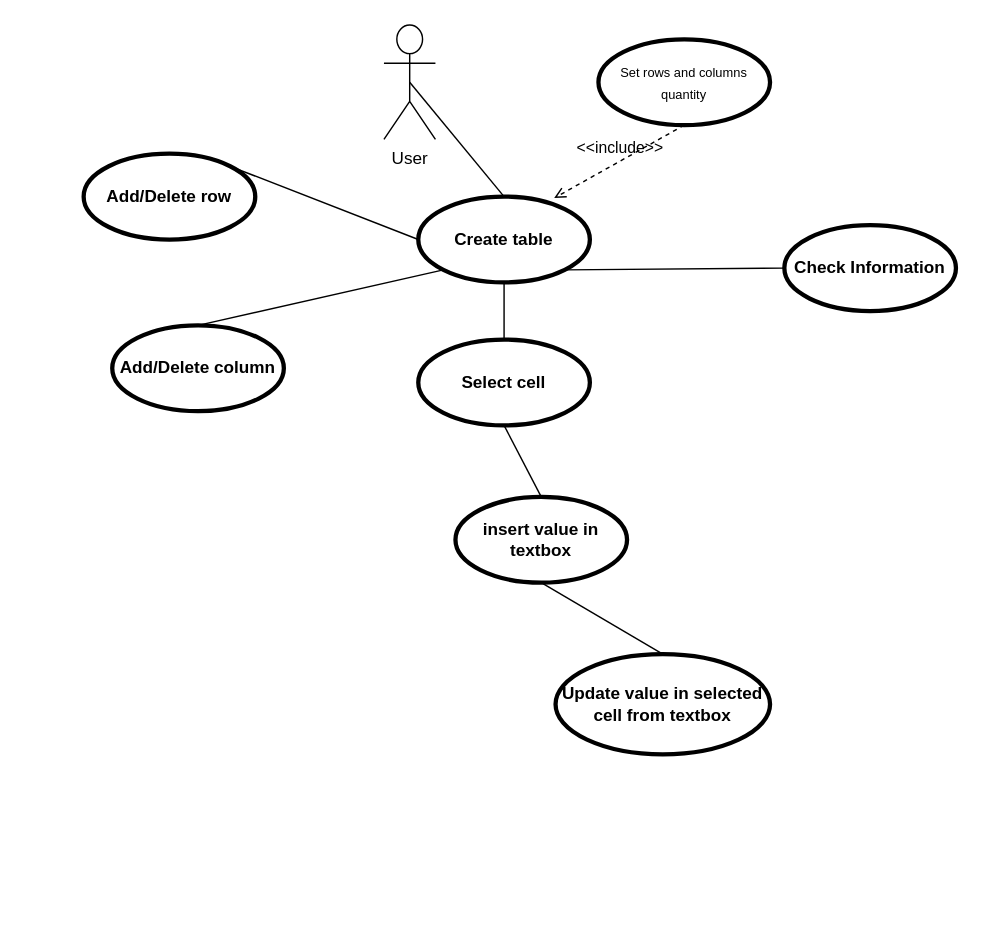
The draw.io diagram UseCaseDiagram.drawio in pashokred/mini_spreadsheet, before the edit. Source tidied: cells renumbered, new cells numbered last; positions are measured from the earlier drawing's top-left corner, leaving out a move shared by most shapes. Both pictures are drawn from the tidied source at 143%, with x=0, y=0 at pixel (83, 24).
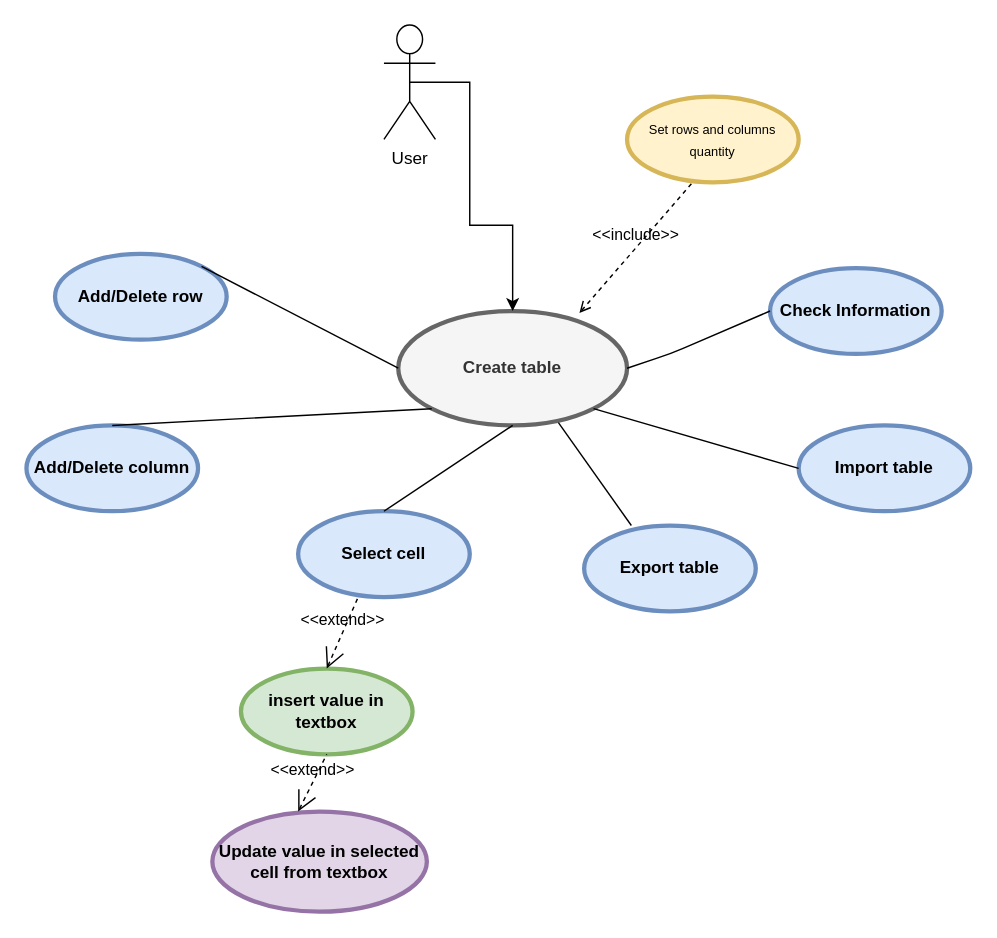
The same diagram, later.

The change refers to these unchanged cells:
```xml
<mxCell id="18" value="User" style="shape=umlActor;html=1;verticalLabelPosition=bottom;verticalAlign=top;align=center;" parent="1" vertex="1">
  <mxGeometry x="210" width="36" height="80" as="geometry" />
</mxCell>
```

Change to the diagram source:
```diff
@@
-    <mxCell id="2" value="&amp;lt;&amp;lt;include&amp;gt;&amp;gt;" style="edgeStyle=none;html=1;endArrow=open;verticalAlign=bottom;dashed=1;labelBackgroundColor=none;entryX=0.792;entryY=0.017;entryDx=0;entryDy=0;exitX=0.5;exitY=1;exitDx=0;exitDy=0;entryPerimeter=0;" parent="1" edge="1" source="5" target="4">
+    <mxCell id="2" value="&amp;lt;&amp;lt;include&amp;gt;&amp;gt;" style="edgeStyle=none;html=1;endArrow=open;verticalAlign=bottom;dashed=1;labelBackgroundColor=none;entryX=0.792;entryY=0.017;entryDx=0;entryDy=0;exitX=0.375;exitY=1.017;exitDx=0;exitDy=0;entryPerimeter=0;exitPerimeter=0;" parent="1" edge="1" source="5" target="4">
       <mxGeometry relative="1" as="geometry" />
     </mxCell>
-    <mxCell id="3" style="edgeStyle=none;html=1;endArrow=none;verticalAlign=bottom;entryX=0.5;entryY=0.5;entryDx=0;entryDy=0;entryPerimeter=0;exitX=0.5;exitY=0;exitDx=0;exitDy=0;" parent="1" edge="1" source="4" target="18">
-      <mxGeometry relative="1" as="geometry" />
-    </mxCell>
-    <mxCell id="4" value="Create table" style="shape=ellipse;html=1;strokeWidth=3;fontStyle=1;whiteSpace=wrap;align=center;perimeter=ellipsePerimeter;" parent="1" vertex="1">
-      <mxGeometry x="234" y="120" width="120" height="60" as="geometry" />
+    <mxCell id="4" value="Create table" style="shape=ellipse;html=1;strokeWidth=3;fontStyle=1;whiteSpace=wrap;align=center;perimeter=ellipsePerimeter;fillColor=#f5f5f5;strokeColor=#666666;fontColor=#333333;" parent="1" vertex="1">
+      <mxGeometry x="220" y="200" width="160" height="80" as="geometry" />
     </mxCell>
-    <mxCell id="5" value="&lt;span style=&quot;font-size: 9px ; font-weight: 400&quot;&gt;Set rows and columns quantity&lt;/span&gt;" style="shape=ellipse;html=1;strokeWidth=3;fontStyle=1;whiteSpace=wrap;align=center;perimeter=ellipsePerimeter;" parent="1" vertex="1">
-      <mxGeometry x="360" y="10" width="120" height="60" as="geometry" />
+    <mxCell id="5" value="&lt;span style=&quot;font-size: 9px ; font-weight: 400&quot;&gt;Set rows and columns quantity&lt;/span&gt;" style="shape=ellipse;html=1;strokeWidth=3;fontStyle=1;whiteSpace=wrap;align=center;perimeter=ellipsePerimeter;fillColor=#fff2cc;strokeColor=#d6b656;" parent="1" vertex="1">
+      <mxGeometry x="380" y="50" width="120" height="60" as="geometry" />
     </mxCell>
-    <mxCell id="6" value="Add/Delete row" style="shape=ellipse;html=1;strokeWidth=3;fontStyle=1;whiteSpace=wrap;align=center;perimeter=ellipsePerimeter;" parent="1" vertex="1">
-      <mxGeometry y="90" width="120" height="60" as="geometry" />
+    <mxCell id="6" value="Add/Delete row" style="shape=ellipse;html=1;strokeWidth=3;fontStyle=1;whiteSpace=wrap;align=center;perimeter=ellipsePerimeter;fillColor=#dae8fc;strokeColor=#6c8ebf;" parent="1" vertex="1">
+      <mxGeometry x="-20" y="160" width="120" height="60" as="geometry" />
     </mxCell>
-    <mxCell id="7" value="Add/Delete column" style="shape=ellipse;html=1;strokeWidth=3;fontStyle=1;whiteSpace=wrap;align=center;perimeter=ellipsePerimeter;" parent="1" vertex="1">
-      <mxGeometry x="20" y="210" width="120" height="60" as="geometry" />
+    <mxCell id="7" value="Add/Delete column" style="shape=ellipse;html=1;strokeWidth=3;fontStyle=1;whiteSpace=wrap;align=center;perimeter=ellipsePerimeter;fillColor=#dae8fc;strokeColor=#6c8ebf;" parent="1" vertex="1">
+      <mxGeometry x="-40" y="280" width="120" height="60" as="geometry" />
     </mxCell>
@@
-    <mxCell id="10" value="Select cell" style="shape=ellipse;html=1;strokeWidth=3;fontStyle=1;whiteSpace=wrap;align=center;perimeter=ellipsePerimeter;" parent="1" vertex="1">
-      <mxGeometry x="234" y="220" width="120" height="60" as="geometry" />
+    <mxCell id="10" value="Select cell" style="shape=ellipse;html=1;strokeWidth=3;fontStyle=1;whiteSpace=wrap;align=center;perimeter=ellipsePerimeter;fillColor=#dae8fc;strokeColor=#6c8ebf;" parent="1" vertex="1">
+      <mxGeometry x="150" y="340" width="120" height="60" as="geometry" />
     </mxCell>
@@
-    <mxCell id="12" value="insert value in textbox" style="shape=ellipse;html=1;strokeWidth=3;fontStyle=1;whiteSpace=wrap;align=center;perimeter=ellipsePerimeter;" parent="1" vertex="1">
-      <mxGeometry x="260" y="330" width="120" height="60" as="geometry" />
+    <mxCell id="12" value="insert value in textbox" style="shape=ellipse;html=1;strokeWidth=3;fontStyle=1;whiteSpace=wrap;align=center;perimeter=ellipsePerimeter;fillColor=#d5e8d4;strokeColor=#82b366;" parent="1" vertex="1">
+      <mxGeometry x="110" y="450" width="120" height="60" as="geometry" />
     </mxCell>
-    <mxCell id="13" style="edgeStyle=none;html=1;endArrow=none;verticalAlign=bottom;exitX=0.5;exitY=1;exitDx=0;exitDy=0;entryX=0.5;entryY=0;entryDx=0;entryDy=0;" parent="1" edge="1" source="10" target="12">
-      <mxGeometry relative="1" as="geometry" />
-    </mxCell>
-    <mxCell id="14" value="Update value in selected cell from textbox" style="shape=ellipse;html=1;strokeWidth=3;fontStyle=1;whiteSpace=wrap;align=center;perimeter=ellipsePerimeter;" parent="1" vertex="1">
-      <mxGeometry x="330" y="440" width="150" height="70" as="geometry" />
+    <mxCell id="14" value="Update value in selected cell from textbox" style="shape=ellipse;html=1;strokeWidth=3;fontStyle=1;whiteSpace=wrap;align=center;perimeter=ellipsePerimeter;fillColor=#e1d5e7;strokeColor=#9673a6;" parent="1" vertex="1">
+      <mxGeometry x="90" y="550" width="150" height="70" as="geometry" />
     </mxCell>
-    <mxCell id="15" style="edgeStyle=none;html=1;endArrow=none;verticalAlign=bottom;exitX=0.5;exitY=1;exitDx=0;exitDy=0;entryX=0.5;entryY=0;entryDx=0;entryDy=0;" parent="1" edge="1" source="12" target="14">
-      <mxGeometry relative="1" as="geometry" />
-    </mxCell>
-    <mxCell id="16" value="Check Information" style="shape=ellipse;html=1;strokeWidth=3;fontStyle=1;whiteSpace=wrap;align=center;perimeter=ellipsePerimeter;" parent="1" vertex="1">
-      <mxGeometry x="490" y="140" width="120" height="60" as="geometry" />
+    <mxCell id="16" value="Check Information" style="shape=ellipse;html=1;strokeWidth=3;fontStyle=1;whiteSpace=wrap;align=center;perimeter=ellipsePerimeter;fillColor=#dae8fc;strokeColor=#6c8ebf;" parent="1" vertex="1">
+      <mxGeometry x="480" y="170" width="120" height="60" as="geometry" />
     </mxCell>
-    <mxCell id="17" style="edgeStyle=none;html=1;endArrow=none;verticalAlign=bottom;exitX=1;exitY=1;exitDx=0;exitDy=0;entryX=0;entryY=0.5;entryDx=0;entryDy=0;" parent="1" edge="1" source="4" target="16">
-      <mxGeometry relative="1" as="geometry" />
+    <mxCell id="17" style="edgeStyle=none;html=1;endArrow=none;verticalAlign=bottom;entryX=0;entryY=0.5;entryDx=0;entryDy=0;exitX=1;exitY=0.5;exitDx=0;exitDy=0;" parent="1" edge="1" source="4" target="16">
+      <mxGeometry relative="1" as="geometry">
+        <Array as="points">
+          <mxPoint x="410" y="230" />
+        </Array>
+      </mxGeometry>
     </mxCell>
+    <mxCell id="19" style="edgeStyle=orthogonalEdgeStyle;rounded=0;jettySize=auto;html=1;exitX=0.5;exitY=0.5;exitDx=0;exitDy=0;exitPerimeter=0;entryX=0.5;entryY=0;entryDx=0;entryDy=0;" parent="1" edge="1" source="18" target="4">
+      <mxGeometry relative="1" as="geometry">
+        <Array as="points">
+          <mxPoint x="270" y="40" />
+          <mxPoint x="270" y="140" />
+          <mxPoint x="300" y="140" />
+        </Array>
+      </mxGeometry>
+    </mxCell>
@@
+    <mxCell id="20" value="Export table" style="shape=ellipse;html=1;strokeWidth=3;fontStyle=1;whiteSpace=wrap;align=center;perimeter=ellipsePerimeter;fillColor=#dae8fc;strokeColor=#6c8ebf;" parent="1" vertex="1">
+      <mxGeometry x="350" y="350" width="120" height="60" as="geometry" />
+    </mxCell>
+    <mxCell id="21" value="Import table" style="shape=ellipse;html=1;strokeWidth=3;fontStyle=1;whiteSpace=wrap;align=center;perimeter=ellipsePerimeter;fillColor=#dae8fc;strokeColor=#6c8ebf;" parent="1" vertex="1">
+      <mxGeometry x="500" y="280" width="120" height="60" as="geometry" />
+    </mxCell>
+    <mxCell id="22" style="endArrow=none;html=1;entryX=0.7;entryY=0.975;entryDx=0;entryDy=0;entryPerimeter=0;exitX=0.275;exitY=0;exitDx=0;exitDy=0;exitPerimeter=0;" parent="1" edge="1" source="20" target="4">
+      <mxGeometry relative="1" as="geometry" />
+    </mxCell>
+    <mxCell id="23" style="endArrow=none;html=1;exitX=0;exitY=0.5;exitDx=0;exitDy=0;entryX=1;entryY=1;entryDx=0;entryDy=0;" parent="1" edge="1" source="21" target="4">
+      <mxGeometry relative="1" as="geometry" />
+    </mxCell>
+    <mxCell id="24" value="&amp;lt;&amp;lt;extend&amp;gt;&amp;gt;" style="edgeStyle=none;html=1;startArrow=open;endArrow=none;startSize=12;verticalAlign=bottom;dashed=1;labelBackgroundColor=none;exitX=0.5;exitY=0;exitDx=0;exitDy=0;entryX=0.35;entryY=1;entryDx=0;entryDy=0;entryPerimeter=0;" parent="1" edge="1" source="12" target="10">
+      <mxGeometry relative="1" as="geometry" />
+    </mxCell>
+    <mxCell id="25" value="&amp;lt;&amp;lt;extend&amp;gt;&amp;gt;" style="edgeStyle=none;html=1;startArrow=open;endArrow=none;startSize=12;verticalAlign=bottom;dashed=1;labelBackgroundColor=none;entryX=0.5;entryY=1;entryDx=0;entryDy=0;" parent="1" edge="1" target="12">
+      <mxGeometry relative="1" as="geometry">
+        <mxPoint x="150" y="550" as="sourcePoint" />
+      </mxGeometry>
+    </mxCell>
```
